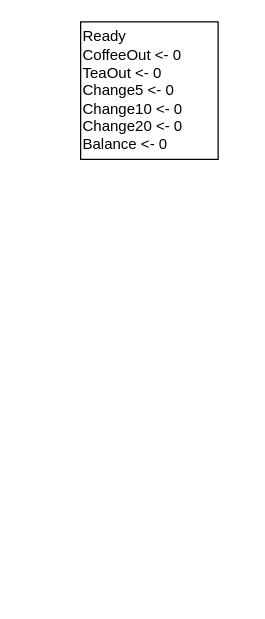
bookpanda/2110263-DIG-LOGIC-LAB-I keeps this draw.io diagram as vending_machine.drawio. Above is the earlier version. Source tidied: cells renumbered, new cells numbered last; positions are measured from the earlier drawing's top-left corner, leaving out a move shared by most shapes. Both pictures are drawn from the tidied source at 125%, with x=0, y=0 at pixel (80, 21).
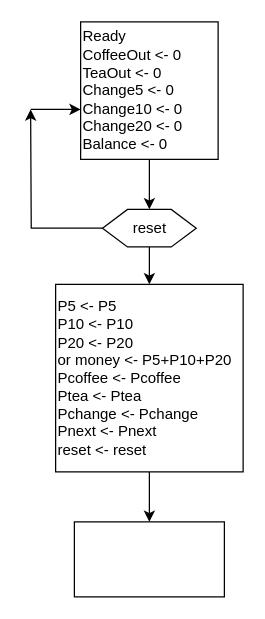
After the change.

Change to the diagram source:
```diff
@@
 <mxGraphModel>
   <root>
     <mxCell id="0" />
     <mxCell id="1" parent="0" />
+    <mxCell id="3" style="edgeStyle=orthogonalEdgeStyle;rounded=0;jettySize=auto;html=1;" parent="1" edge="1" source="2" target="6">
+      <mxGeometry relative="1" as="geometry" />
+    </mxCell>
     <mxCell id="2" value="Ready&lt;br&gt;CoffeeOut &amp;lt;- 0&lt;br&gt;TeaOut &amp;lt;- 0&lt;br&gt;Change5 &amp;lt;- 0&lt;br&gt;Change10 &amp;lt;- 0&lt;br&gt;Change20 &amp;lt;- 0&lt;br&gt;&lt;div style=&quot;&quot;&gt;&lt;span style=&quot;background-color: initial;&quot;&gt;Balance &amp;lt;- 0&lt;/span&gt;&lt;/div&gt;" style="whiteSpace=wrap;html=1;align=left;" parent="1" vertex="1">
       <mxGeometry width="110" height="110" as="geometry" />
     </mxCell>
+    <mxCell id="4" style="edgeStyle=orthogonalEdgeStyle;rounded=0;jettySize=auto;html=1;" parent="1" edge="1" source="6">
+      <mxGeometry relative="1" as="geometry">
+        <mxPoint x="-40" y="70" as="targetPoint" />
+      </mxGeometry>
+    </mxCell>
+    <mxCell id="5" style="edgeStyle=orthogonalEdgeStyle;rounded=0;jettySize=auto;html=1;exitX=0.5;exitY=1;exitDx=0;exitDy=0;" parent="1" edge="1" source="6">
+      <mxGeometry relative="1" as="geometry">
+        <mxPoint x="55" y="210" as="targetPoint" />
+      </mxGeometry>
+    </mxCell>
+    <mxCell id="6" value="reset" style="shape=hexagon;perimeter=hexagonPerimeter2;whiteSpace=wrap;html=1;fixedSize=1;" parent="1" vertex="1">
+      <mxGeometry x="17.5" y="150" width="75" height="30" as="geometry" />
+    </mxCell>
+    <mxCell id="7" style="endArrow=classic;html=1;rounded=0;" parent="1" edge="1">
+      <mxGeometry relative="1" as="geometry">
+        <mxPoint x="-40" y="70" as="sourcePoint" />
+        <mxPoint y="70" as="targetPoint" />
+      </mxGeometry>
+    </mxCell>
+    <mxCell id="8" style="edgeStyle=orthogonalEdgeStyle;rounded=0;jettySize=auto;html=1;" parent="1" edge="1" source="9" target="10">
+      <mxGeometry relative="1" as="geometry" />
+    </mxCell>
+    <mxCell id="9" value="P5 &amp;lt;- P5&lt;br&gt;P10 &amp;lt;- P10&lt;br&gt;P20 &amp;lt;- P20&lt;br&gt;or money &amp;lt;- P5+P10+P20&lt;br&gt;Pcoffee &amp;lt;- Pcoffee&lt;br&gt;Ptea &amp;lt;- Ptea&lt;br&gt;&lt;div style=&quot;&quot;&gt;&lt;span style=&quot;background-color: initial;&quot;&gt;Pchange &amp;lt;- Pchange&lt;/span&gt;&lt;/div&gt;&lt;div style=&quot;&quot;&gt;&lt;span style=&quot;background-color: initial;&quot;&gt;Pnext &amp;lt;- Pnext&lt;/span&gt;&lt;/div&gt;&lt;div style=&quot;&quot;&gt;reset &amp;lt;- reset&lt;/div&gt;" style="whiteSpace=wrap;html=1;align=left;" parent="1" vertex="1">
+      <mxGeometry x="-20" y="210" width="150" height="150" as="geometry" />
+    </mxCell>
+    <mxCell id="10" style="whiteSpace=wrap;html=1;align=left;" parent="1" vertex="1">
+      <mxGeometry x="-5" y="400" width="120" height="60" as="geometry" />
+    </mxCell>
   </root>
 </mxGraphModel>
```
